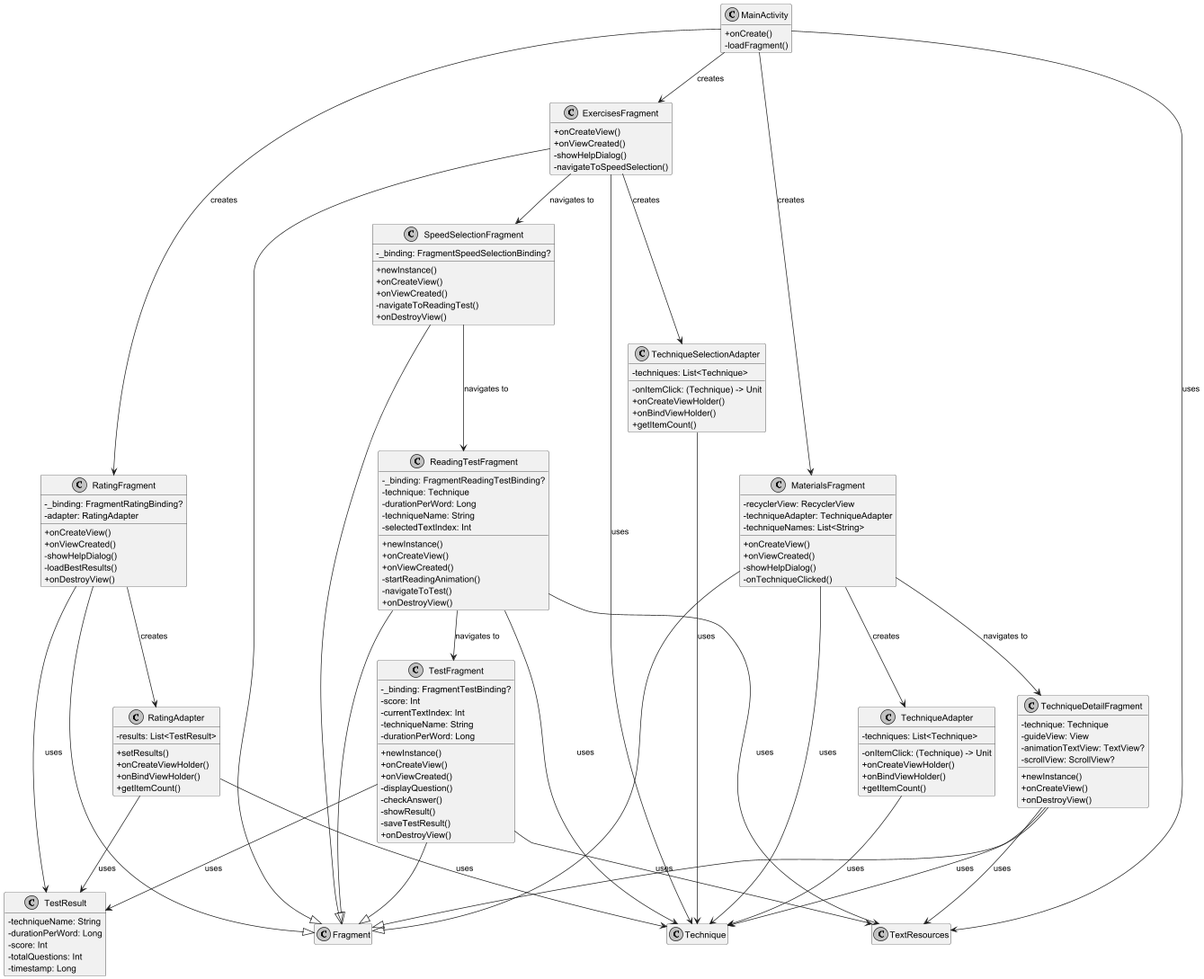
The PlantUML diagram diagram5.png in dmitryvsl/scorochtenie, before a commit. The source it was exported from:
```plantuml
@startuml
skinparam monochrome true
skinparam classAttributeIconSize 0

class MainActivity {
  + onCreate()
  - loadFragment()
}

class ExercisesFragment {
  + onCreateView()
  + onViewCreated()
  - showHelpDialog()
  - navigateToSpeedSelection()
}

class MaterialsFragment {
  - recyclerView: RecyclerView
  - techniqueAdapter: TechniqueAdapter
  - techniqueNames: List<String>
  + onCreateView()
  + onViewCreated()
  - showHelpDialog()
  - onTechniqueClicked()
}

class RatingFragment {
  - _binding: FragmentRatingBinding?
  - adapter: RatingAdapter
  + onCreateView()
  + onViewCreated()
  - showHelpDialog()
  - loadBestResults()
  + onDestroyView()
}

class ReadingTestFragment {
  - _binding: FragmentReadingTestBinding?
  - technique: Technique
  - durationPerWord: Long
  - techniqueName: String
  - selectedTextIndex: Int
  + newInstance()
  + onCreateView()
  + onViewCreated()
  - startReadingAnimation()
  - navigateToTest()
  + onDestroyView()
}

class SpeedSelectionFragment {
  - _binding: FragmentSpeedSelectionBinding?
  + newInstance()
  + onCreateView()
  + onViewCreated()
  - navigateToReadingTest()
  + onDestroyView()
}

class TechniqueAdapter {
  - techniques: List<Technique>
  - onItemClick: (Technique) -> Unit
  + onCreateViewHolder()
  + onBindViewHolder()
  + getItemCount()
}

class TechniqueDetailFragment {
  - technique: Technique
  - guideView: View
  - animationTextView: TextView?
  - scrollView: ScrollView?
  + newInstance()
  + onCreateView()
  + onDestroyView()
}

class TechniqueSelectionAdapter {
  - techniques: List<Technique>
  - onItemClick: (Technique) -> Unit
  + onCreateViewHolder()
  + onBindViewHolder()
  + getItemCount()
}

class TestFragment {
  - _binding: FragmentTestBinding?
  - score: Int
  - currentTextIndex: Int
  - techniqueName: String
  - durationPerWord: Long
  + newInstance()
  + onCreateView()
  + onViewCreated()
  - displayQuestion()
  - checkAnswer()
  - showResult()
  - saveTestResult()
  + onDestroyView()
}

class RatingAdapter {
  - results: List<TestResult>
  + setResults()
  + onCreateViewHolder()
  + onBindViewHolder()
  + getItemCount()
}

class TestResult {
  - techniqueName: String
  - durationPerWord: Long
  - score: Int
  - totalQuestions: Int
  - timestamp: Long
}


class Technique

ExercisesFragment --|> Fragment
MaterialsFragment --|> Fragment
RatingFragment --|> Fragment
ReadingTestFragment --|> Fragment
SpeedSelectionFragment --|> Fragment
TechniqueDetailFragment --|> Fragment

TestFragment --|> Fragment

MainActivity --> ExercisesFragment : creates
MainActivity --> MaterialsFragment : creates
MainActivity --> RatingFragment : creates
MainActivity --> TextResources : uses

ExercisesFragment --> Technique : uses
ExercisesFragment --> TechniqueSelectionAdapter : creates
ExercisesFragment --> SpeedSelectionFragment : navigates to

MaterialsFragment --> Technique : uses
MaterialsFragment --> TechniqueAdapter : creates
MaterialsFragment --> TechniqueDetailFragment : navigates to

RatingFragment --> RatingAdapter : creates
RatingFragment --> TestResult : uses

ReadingTestFragment --> Technique : uses
ReadingTestFragment --> TextResources : uses
ReadingTestFragment --> TestFragment : navigates to

SpeedSelectionFragment --> ReadingTestFragment : navigates to

TechniqueAdapter --> Technique : uses
TechniqueSelectionAdapter --> Technique : uses

TechniqueDetailFragment --> Technique : uses
TechniqueDetailFragment --> TextResources : uses

TestFragment --> TextResources : uses
TestFragment --> TestResult : uses

RatingAdapter --> TestResult : uses
RatingAdapter --> Technique : uses

hide empty members
@enduml
```
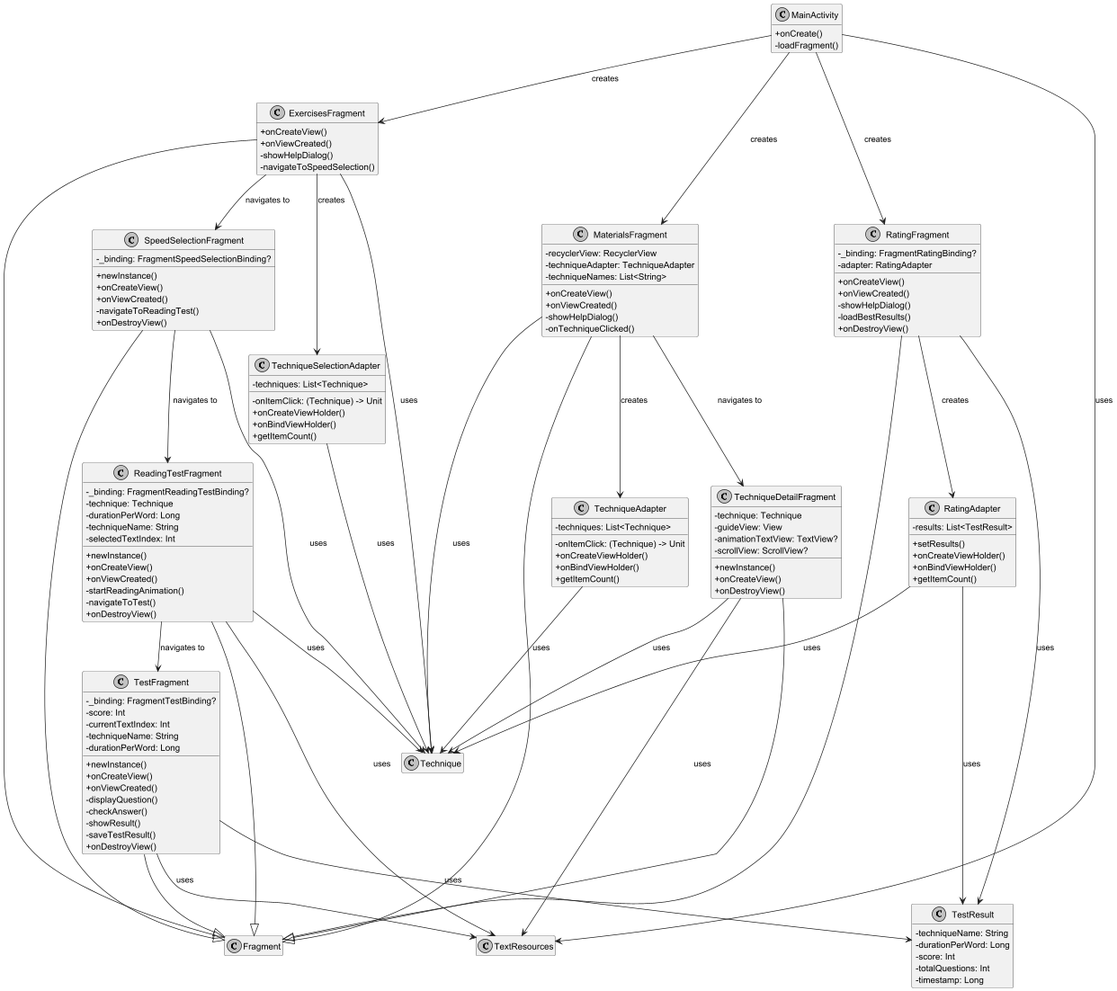
The same diagram one commit later.

Diff of the diagram source:
```diff
@@ -115,7 +115,6 @@
   - timestamp: Long
 }
 
-
 class Technique
 
 ExercisesFragment --|> Fragment
@@ -124,7 +123,6 @@
 ReadingTestFragment --|> Fragment
 SpeedSelectionFragment --|> Fragment
 TechniqueDetailFragment --|> Fragment
-
 TestFragment --|> Fragment
 
 MainActivity --> ExercisesFragment : creates
@@ -147,6 +145,7 @@
 ReadingTestFragment --> TextResources : uses
 ReadingTestFragment --> TestFragment : navigates to
 
+SpeedSelectionFragment --> Technique : uses
 SpeedSelectionFragment --> ReadingTestFragment : navigates to
 
 TechniqueAdapter --> Technique : uses
```
